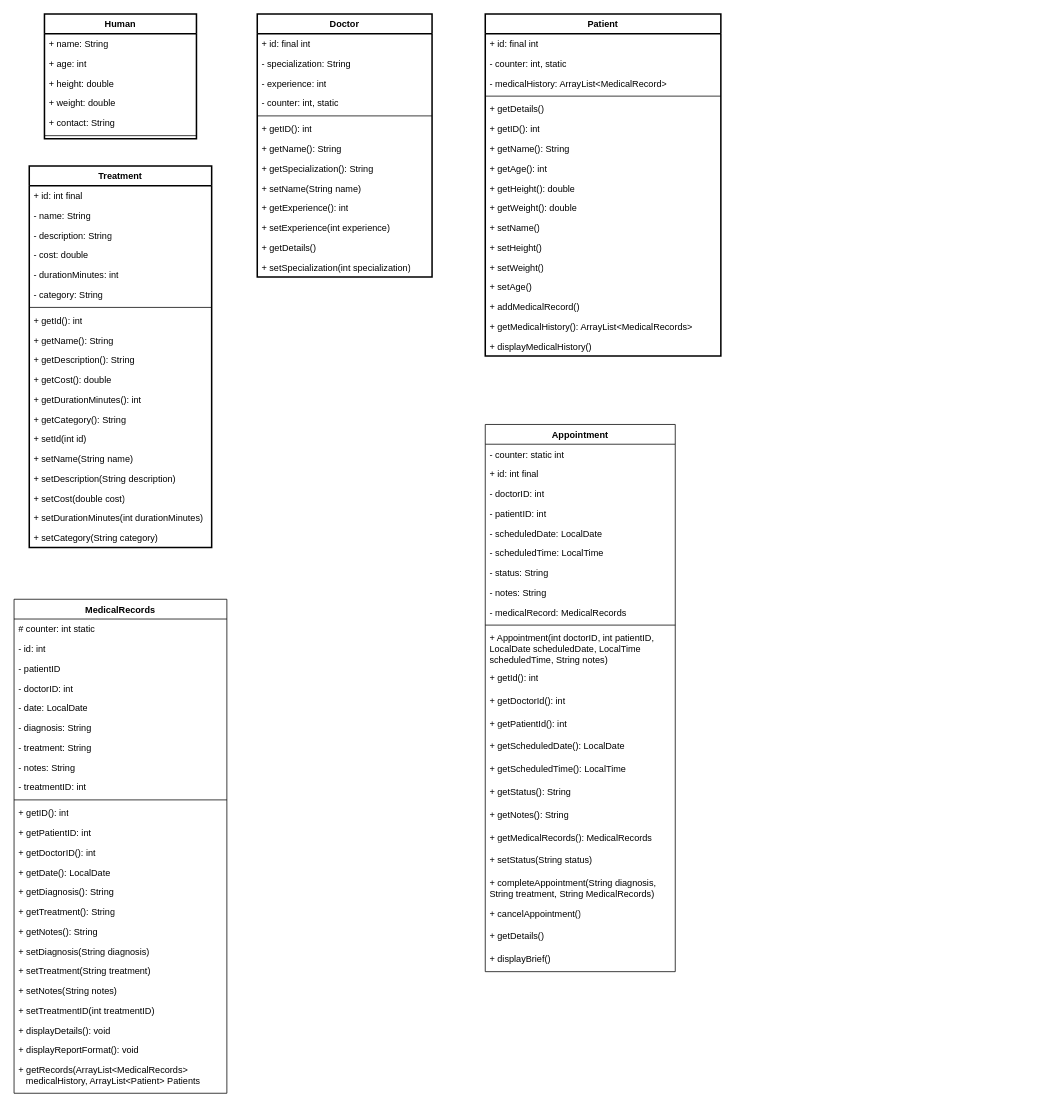
Before: UMLDiagram.drawio in abobymotaki/uncharted, a draw.io diagram. Source tidied: cells renumbered, new cells numbered last; positions are measured from the earlier drawing's top-left corner, leaving out a move shared by most shapes. Both pictures are drawn from the tidied source at 76%, with x=0, y=0 at pixel (14, 14).
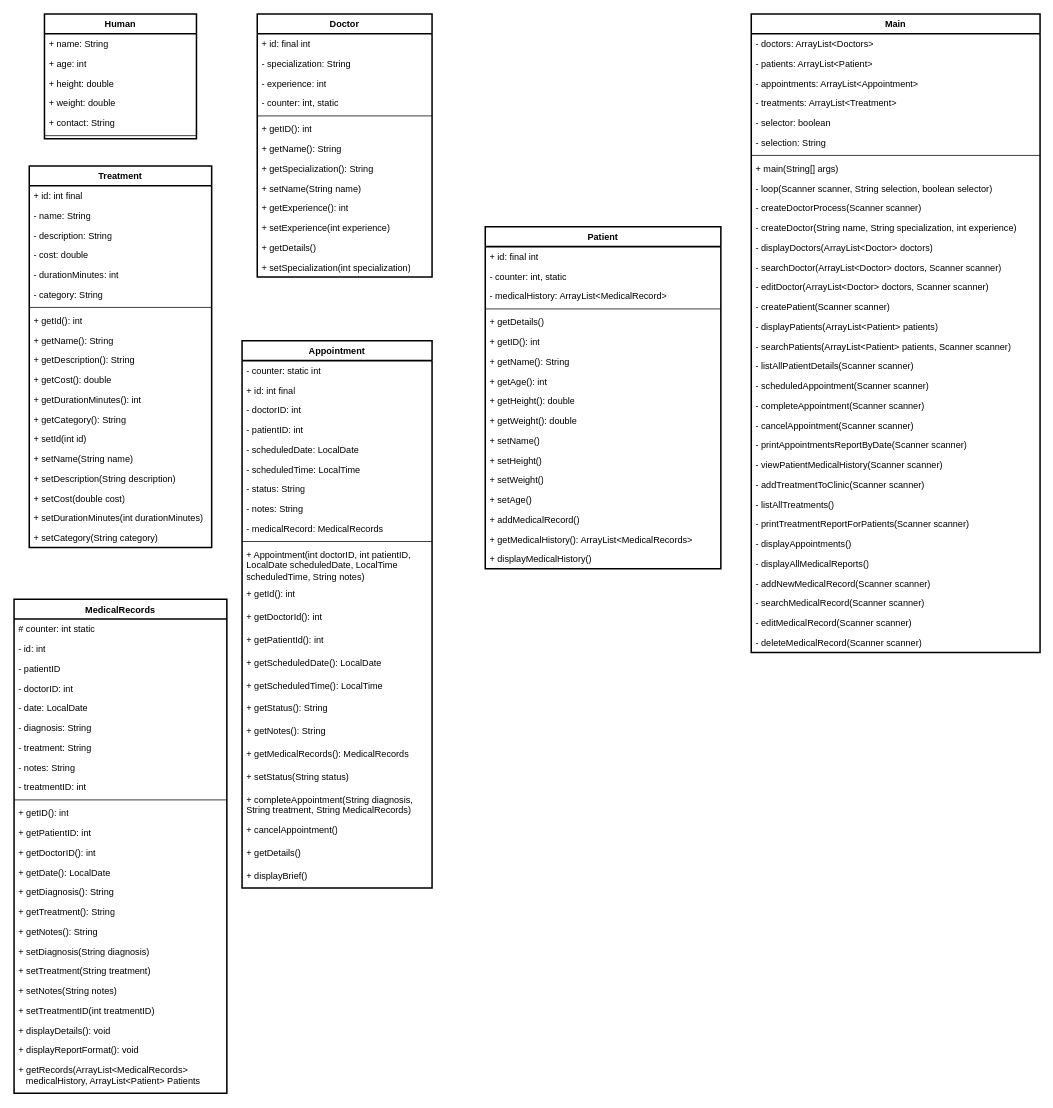
Above is the later version.

What changed in the source:
```diff
@@
     <mxCell id="9" value="Patient" style="swimlane;fontStyle=1;align=center;verticalAlign=top;horizontal=1;startSize=26;whiteSpace=wrap;html=1;strokeWidth=2;" parent="1" vertex="1">
-      <mxGeometry x="620" width="310" height="450" as="geometry" />
+      <mxGeometry x="620" y="280" width="310" height="450" as="geometry" />
     </mxCell>
@@
-    <mxCell id="61" value="MedicalRecords" style="swimlane;fontStyle=1;align=center;verticalAlign=top;horizontal=1;startSize=26;whiteSpace=wrap;html=1;" parent="1" vertex="1">
+    <mxCell id="61" value="MedicalRecords" style="swimlane;fontStyle=1;align=center;verticalAlign=top;horizontal=1;startSize=26;whiteSpace=wrap;html=1;strokeWidth=2;" parent="1" vertex="1">
       <mxGeometry y="770" width="280" height="650" as="geometry" />
     </mxCell>
@@
-    <mxCell id="86" value="Appointment" style="swimlane;fontStyle=1;align=center;verticalAlign=top;horizontal=1;startSize=26;whiteSpace=wrap;html=1;" parent="1" vertex="1">
-      <mxGeometry x="620" y="540" width="250" height="720" as="geometry" />
+    <mxCell id="86" value="Appointment" style="swimlane;fontStyle=1;align=center;verticalAlign=top;horizontal=1;startSize=26;whiteSpace=wrap;html=1;strokeWidth=2;" parent="1" vertex="1">
+      <mxGeometry x="300" y="430" width="250" height="720" as="geometry" />
     </mxCell>
@@
+    <mxCell id="111" value="Main" style="swimlane;fontStyle=1;align=center;verticalAlign=top;horizontal=1;startSize=26;whiteSpace=wrap;html=1;strokeWidth=2;" parent="1" vertex="1">
+      <mxGeometry x="970" width="380" height="840" as="geometry" />
+    </mxCell>
+    <mxCell id="112" value="- doctors: ArrayList&amp;lt;Doctors&amp;gt;" style="text;strokeColor=none;fillColor=none;align=left;verticalAlign=top;spacingLeft=4;spacingRight=4;overflow=hidden;whiteSpace=wrap;html=1;" parent="111" vertex="1">
+      <mxGeometry y="26" width="380" height="26" as="geometry" />
+    </mxCell>
+    <mxCell id="113" value="- patients: ArrayList&amp;lt;Patient&amp;gt;" style="text;strokeColor=none;fillColor=none;align=left;verticalAlign=top;spacingLeft=4;spacingRight=4;overflow=hidden;whiteSpace=wrap;html=1;" parent="111" vertex="1">
+      <mxGeometry y="52" width="380" height="26" as="geometry" />
+    </mxCell>
+    <mxCell id="114" value="- appointments: ArrayList&amp;lt;Appointment&amp;gt;" style="text;strokeColor=none;fillColor=none;align=left;verticalAlign=top;spacingLeft=4;spacingRight=4;overflow=hidden;whiteSpace=wrap;html=1;" parent="111" vertex="1">
+      <mxGeometry y="78" width="380" height="26" as="geometry" />
+    </mxCell>
+    <mxCell id="115" value="- treatments: ArrayList&amp;lt;Treatment&amp;gt;" style="text;strokeColor=none;fillColor=none;align=left;verticalAlign=top;spacingLeft=4;spacingRight=4;overflow=hidden;whiteSpace=wrap;html=1;" parent="111" vertex="1">
+      <mxGeometry y="104" width="380" height="26" as="geometry" />
+    </mxCell>
+    <mxCell id="116" value="- selector: boolean" style="text;strokeColor=none;fillColor=none;align=left;verticalAlign=top;spacingLeft=4;spacingRight=4;overflow=hidden;whiteSpace=wrap;html=1;" parent="111" vertex="1">
+      <mxGeometry y="130" width="380" height="26" as="geometry" />
+    </mxCell>
+    <mxCell id="117" value="- selection: String" style="text;strokeColor=none;fillColor=none;align=left;verticalAlign=top;spacingLeft=4;spacingRight=4;overflow=hidden;whiteSpace=wrap;html=1;" parent="111" vertex="1">
+      <mxGeometry y="156" width="380" height="26" as="geometry" />
+    </mxCell>
+    <mxCell id="118" style="line;strokeWidth=1;fillColor=none;align=left;verticalAlign=middle;spacingTop=-1;spacingLeft=3;spacingRight=3;labelPosition=right;strokeColor=inherit;" parent="111" vertex="1">
+      <mxGeometry y="182" width="380" height="8" as="geometry" />
+    </mxCell>
+    <mxCell id="119" value="+ main(String[] args)" style="text;strokeColor=none;fillColor=none;align=left;verticalAlign=top;spacingLeft=4;spacingRight=4;overflow=hidden;whiteSpace=wrap;html=1;" parent="111" vertex="1">
+      <mxGeometry y="190" width="380" height="26" as="geometry" />
+    </mxCell>
+    <mxCell id="120" value="- loop(Scanner scanner, String selection, boolean selector)" style="text;strokeColor=none;fillColor=none;align=left;verticalAlign=top;spacingLeft=4;spacingRight=4;overflow=hidden;whiteSpace=wrap;html=1;" parent="111" vertex="1">
+      <mxGeometry y="216" width="380" height="26" as="geometry" />
+    </mxCell>
+    <mxCell id="121" value="- createDoctorProcess(Scanner scanner)" style="text;strokeColor=none;fillColor=none;align=left;verticalAlign=top;spacingLeft=4;spacingRight=4;overflow=hidden;whiteSpace=wrap;html=1;" parent="111" vertex="1">
+      <mxGeometry y="242" width="380" height="26" as="geometry" />
+    </mxCell>
+    <mxCell id="122" value="- createDoctor(String name, String specialization, int experience)" style="text;strokeColor=none;fillColor=none;align=left;verticalAlign=top;spacingLeft=4;spacingRight=4;overflow=hidden;whiteSpace=wrap;html=1;" parent="111" vertex="1">
+      <mxGeometry y="268" width="380" height="26" as="geometry" />
+    </mxCell>
+    <mxCell id="123" value="- displayDoctors(ArrayList&amp;lt;Doctor&amp;gt; doctors)" style="text;strokeColor=none;fillColor=none;align=left;verticalAlign=top;spacingLeft=4;spacingRight=4;overflow=hidden;whiteSpace=wrap;html=1;" parent="111" vertex="1">
+      <mxGeometry y="294" width="380" height="26" as="geometry" />
+    </mxCell>
+    <mxCell id="124" value="- searchDoctor(ArrayList&amp;lt;Doctor&amp;gt; doctors, Scanner scanner)" style="text;strokeColor=none;fillColor=none;align=left;verticalAlign=top;spacingLeft=4;spacingRight=4;overflow=hidden;whiteSpace=wrap;html=1;" parent="111" vertex="1">
+      <mxGeometry y="320" width="380" height="26" as="geometry" />
+    </mxCell>
+    <mxCell id="125" value="- editDoctor(ArrayList&amp;lt;Doctor&amp;gt; doctors, Scanner scanner)" style="text;strokeColor=none;fillColor=none;align=left;verticalAlign=top;spacingLeft=4;spacingRight=4;overflow=hidden;whiteSpace=wrap;html=1;" parent="111" vertex="1">
+      <mxGeometry y="346" width="380" height="26" as="geometry" />
+    </mxCell>
+    <mxCell id="126" value="- createPatient(Scanner scanner)" style="text;strokeColor=none;fillColor=none;align=left;verticalAlign=top;spacingLeft=4;spacingRight=4;overflow=hidden;whiteSpace=wrap;html=1;" parent="111" vertex="1">
+      <mxGeometry y="372" width="380" height="26" as="geometry" />
+    </mxCell>
+    <mxCell id="127" value="- displayPatients(ArrayList&amp;lt;Patient&amp;gt; patients)" style="text;strokeColor=none;fillColor=none;align=left;verticalAlign=top;spacingLeft=4;spacingRight=4;overflow=hidden;whiteSpace=wrap;html=1;" parent="111" vertex="1">
+      <mxGeometry y="398" width="380" height="26" as="geometry" />
+    </mxCell>
+    <mxCell id="128" value="- searchPatients(ArrayList&amp;lt;Patient&amp;gt; patients, Scanner scanner)" style="text;strokeColor=none;fillColor=none;align=left;verticalAlign=top;spacingLeft=4;spacingRight=4;overflow=hidden;whiteSpace=wrap;html=1;" parent="111" vertex="1">
+      <mxGeometry y="424" width="380" height="26" as="geometry" />
+    </mxCell>
+    <mxCell id="129" value="- listAllPatientDetails(Scanner scanner)" style="text;strokeColor=none;fillColor=none;align=left;verticalAlign=top;spacingLeft=4;spacingRight=4;overflow=hidden;whiteSpace=wrap;html=1;" parent="111" vertex="1">
+      <mxGeometry y="450" width="380" height="26" as="geometry" />
+    </mxCell>
+    <mxCell id="130" value="- scheduledAppointment(Scanner scanner)" style="text;strokeColor=none;fillColor=none;align=left;verticalAlign=top;spacingLeft=4;spacingRight=4;overflow=hidden;whiteSpace=wrap;html=1;" parent="111" vertex="1">
+      <mxGeometry y="476" width="380" height="26" as="geometry" />
+    </mxCell>
+    <mxCell id="131" value="- completeAppointment(Scanner scanner)" style="text;strokeColor=none;fillColor=none;align=left;verticalAlign=top;spacingLeft=4;spacingRight=4;overflow=hidden;whiteSpace=wrap;html=1;" parent="111" vertex="1">
+      <mxGeometry y="502" width="380" height="26" as="geometry" />
+    </mxCell>
+    <mxCell id="132" value="- cancelAppointment(Scanner scanner)" style="text;strokeColor=none;fillColor=none;align=left;verticalAlign=top;spacingLeft=4;spacingRight=4;overflow=hidden;whiteSpace=wrap;html=1;" parent="111" vertex="1">
+      <mxGeometry y="528" width="380" height="26" as="geometry" />
+    </mxCell>
+    <mxCell id="133" value="- printAppointmentsReportByDate(Scanner scanner)" style="text;strokeColor=none;fillColor=none;align=left;verticalAlign=top;spacingLeft=4;spacingRight=4;overflow=hidden;whiteSpace=wrap;html=1;" parent="111" vertex="1">
+      <mxGeometry y="554" width="380" height="26" as="geometry" />
+    </mxCell>
+    <mxCell id="134" value="- viewPatientMedicalHistory(Scanner scanner)" style="text;strokeColor=none;fillColor=none;align=left;verticalAlign=top;spacingLeft=4;spacingRight=4;overflow=hidden;whiteSpace=wrap;html=1;" parent="111" vertex="1">
+      <mxGeometry y="580" width="380" height="26" as="geometry" />
+    </mxCell>
+    <mxCell id="135" value="- addTreatmentToClinic(Scanner scanner)" style="text;strokeColor=none;fillColor=none;align=left;verticalAlign=top;spacingLeft=4;spacingRight=4;overflow=hidden;whiteSpace=wrap;html=1;" parent="111" vertex="1">
+      <mxGeometry y="606" width="380" height="26" as="geometry" />
+    </mxCell>
+    <mxCell id="136" value="- listAllTreatments()" style="text;strokeColor=none;fillColor=none;align=left;verticalAlign=top;spacingLeft=4;spacingRight=4;overflow=hidden;whiteSpace=wrap;html=1;" parent="111" vertex="1">
+      <mxGeometry y="632" width="380" height="26" as="geometry" />
+    </mxCell>
+    <mxCell id="137" value="- printTreatmentReportForPatients(Scanner scanner)" style="text;strokeColor=none;fillColor=none;align=left;verticalAlign=top;spacingLeft=4;spacingRight=4;overflow=hidden;whiteSpace=wrap;html=1;" parent="111" vertex="1">
+      <mxGeometry y="658" width="380" height="26" as="geometry" />
+    </mxCell>
+    <mxCell id="138" value="- displayAppointments()" style="text;strokeColor=none;fillColor=none;align=left;verticalAlign=top;spacingLeft=4;spacingRight=4;overflow=hidden;whiteSpace=wrap;html=1;" parent="111" vertex="1">
+      <mxGeometry y="684" width="380" height="26" as="geometry" />
+    </mxCell>
+    <mxCell id="139" value="- displayAllMedicalReports()" style="text;strokeColor=none;fillColor=none;align=left;verticalAlign=top;spacingLeft=4;spacingRight=4;overflow=hidden;whiteSpace=wrap;html=1;" parent="111" vertex="1">
+      <mxGeometry y="710" width="380" height="26" as="geometry" />
+    </mxCell>
+    <mxCell id="140" value="- addNewMedicalRecord(Scanner scanner)" style="text;strokeColor=none;fillColor=none;align=left;verticalAlign=top;spacingLeft=4;spacingRight=4;overflow=hidden;whiteSpace=wrap;html=1;" parent="111" vertex="1">
+      <mxGeometry y="736" width="380" height="26" as="geometry" />
+    </mxCell>
+    <mxCell id="141" value="- searchMedicalRecord(Scanner scanner)" style="text;strokeColor=none;fillColor=none;align=left;verticalAlign=top;spacingLeft=4;spacingRight=4;overflow=hidden;whiteSpace=wrap;html=1;" parent="111" vertex="1">
+      <mxGeometry y="762" width="380" height="26" as="geometry" />
+    </mxCell>
+    <mxCell id="142" value="- editMedicalRecord(Scanner scanner)" style="text;strokeColor=none;fillColor=none;align=left;verticalAlign=top;spacingLeft=4;spacingRight=4;overflow=hidden;whiteSpace=wrap;html=1;" parent="111" vertex="1">
+      <mxGeometry y="788" width="380" height="26" as="geometry" />
+    </mxCell>
+    <mxCell id="143" value="- deleteMedicalRecord(Scanner scanner)" style="text;strokeColor=none;fillColor=none;align=left;verticalAlign=top;spacingLeft=4;spacingRight=4;overflow=hidden;whiteSpace=wrap;html=1;" parent="111" vertex="1">
+      <mxGeometry y="814" width="380" height="26" as="geometry" />
+    </mxCell>
```
